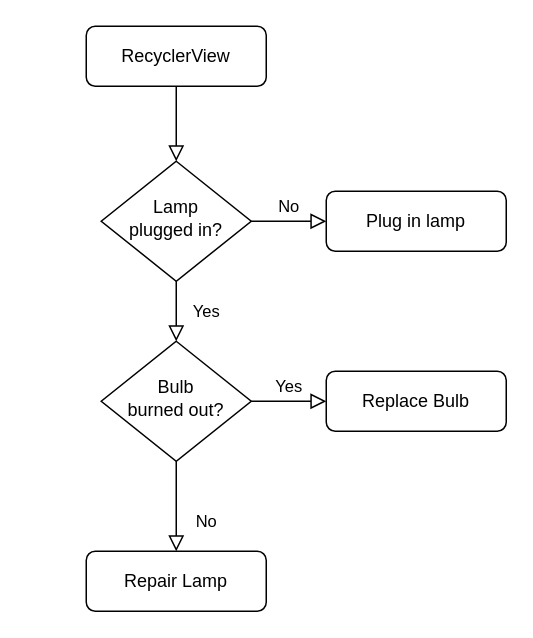
Before: files/Untitled Diagram.drawio in Iverson-Zhou/drawio, a draw.io diagram. Source tidied: cells renumbered, new cells numbered last; positions are measured from the earlier drawing's top-left corner, leaving out a move shared by most shapes. Both pictures are drawn from the tidied source at 150%, with x=0, y=0 at pixel (86, 26).
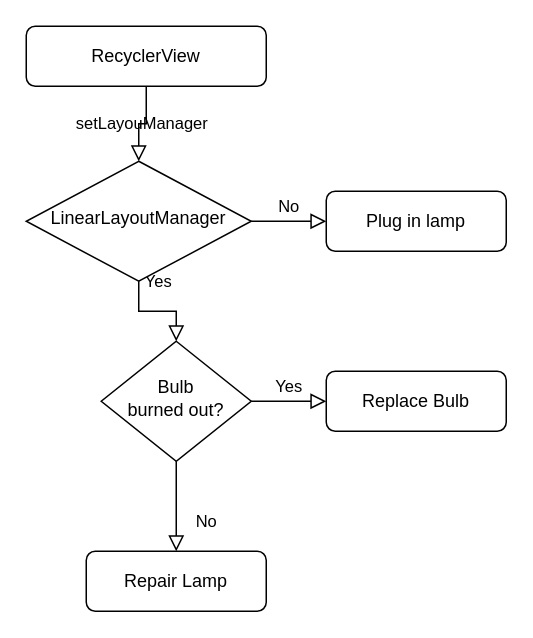
Above is the later version.

Diff of the diagram source:
```diff
@@
 <mxGraphModel>
   <root>
     <mxCell id="0" />
     <mxCell id="1" parent="0" />
-    <mxCell id="2" style="rounded=0;html=1;jettySize=auto;fontSize=11;endArrow=block;endFill=0;endSize=8;strokeWidth=1;shadow=0;labelBackgroundColor=none;edgeStyle=orthogonalEdgeStyle;" parent="1" edge="1" source="3" target="6">
+    <mxCell id="2" value="setLayouManager" style="rounded=0;html=1;jettySize=auto;fontSize=11;endArrow=block;endFill=0;endSize=8;strokeWidth=1;shadow=0;labelBackgroundColor=none;edgeStyle=orthogonalEdgeStyle;" parent="1" edge="1" source="3" target="6">
       <mxGeometry relative="1" as="geometry" />
     </mxCell>
     <mxCell id="3" value="RecyclerView" style="rounded=1;whiteSpace=wrap;html=1;fontSize=12;glass=0;strokeWidth=1;shadow=0;" parent="1" vertex="1">
-      <mxGeometry width="120" height="40" as="geometry" />
+      <mxGeometry x="-40" width="160" height="40" as="geometry" />
     </mxCell>
     <mxCell id="4" value="Yes" style="rounded=0;html=1;jettySize=auto;fontSize=11;endArrow=block;endFill=0;endSize=8;strokeWidth=1;shadow=0;labelBackgroundColor=none;edgeStyle=orthogonalEdgeStyle;" parent="1" edge="1" source="6" target="10">
       <mxGeometry y="20" relative="1" as="geometry" />
     </mxCell>
     <mxCell id="5" value="No" style="edgeStyle=orthogonalEdgeStyle;rounded=0;html=1;jettySize=auto;fontSize=11;endArrow=block;endFill=0;endSize=8;strokeWidth=1;shadow=0;labelBackgroundColor=none;" parent="1" edge="1" source="6" target="7">
       <mxGeometry y="10" relative="1" as="geometry" />
     </mxCell>
-    <mxCell id="6" value="Lamp&lt;br&gt;plugged in?" style="rhombus;whiteSpace=wrap;html=1;shadow=0;fontFamily=Helvetica;fontSize=12;align=center;strokeWidth=1;spacing=6;spacingTop=-4;" parent="1" vertex="1">
-      <mxGeometry x="10" y="90" width="100" height="80" as="geometry" />
+    <mxCell id="6" value="LinearLayoutManager" style="rhombus;whiteSpace=wrap;html=1;shadow=0;fontFamily=Helvetica;fontSize=12;align=center;strokeWidth=1;spacing=6;spacingTop=-4;" parent="1" vertex="1">
+      <mxGeometry x="-40" y="90" width="150" height="80" as="geometry" />
     </mxCell>
     <mxCell id="7" value="Plug in lamp" style="rounded=1;whiteSpace=wrap;html=1;fontSize=12;glass=0;strokeWidth=1;shadow=0;" parent="1" vertex="1">
       <mxGeometry x="160" y="110" width="120" height="40" as="geometry" />
     </mxCell>
     <mxCell id="8" value="No" style="rounded=0;html=1;jettySize=auto;fontSize=11;endArrow=block;endFill=0;endSize=8;strokeWidth=1;shadow=0;labelBackgroundColor=none;edgeStyle=orthogonalEdgeStyle;" parent="1" edge="1" source="10" target="11">
       <mxGeometry x="0.33" y="20" relative="1" as="geometry" />
     </mxCell>
     <mxCell id="9" value="Yes" style="edgeStyle=orthogonalEdgeStyle;rounded=0;html=1;jettySize=auto;fontSize=11;endArrow=block;endFill=0;endSize=8;strokeWidth=1;shadow=0;labelBackgroundColor=none;" parent="1" edge="1" source="10" target="12">
       <mxGeometry y="10" relative="1" as="geometry" />
     </mxCell>
     <mxCell id="10" value="Bulb&lt;br&gt;burned out?" style="rhombus;whiteSpace=wrap;html=1;shadow=0;fontFamily=Helvetica;fontSize=12;align=center;strokeWidth=1;spacing=6;spacingTop=-4;" parent="1" vertex="1">
       <mxGeometry x="10" y="210" width="100" height="80" as="geometry" />
     </mxCell>
     <mxCell id="11" value="Repair Lamp" style="rounded=1;whiteSpace=wrap;html=1;fontSize=12;glass=0;strokeWidth=1;shadow=0;" parent="1" vertex="1">
       <mxGeometry y="350" width="120" height="40" as="geometry" />
     </mxCell>
     <mxCell id="12" value="Replace Bulb" style="rounded=1;whiteSpace=wrap;html=1;fontSize=12;glass=0;strokeWidth=1;shadow=0;" parent="1" vertex="1">
       <mxGeometry x="160" y="230" width="120" height="40" as="geometry" />
     </mxCell>
   </root>
 </mxGraphModel>
```
